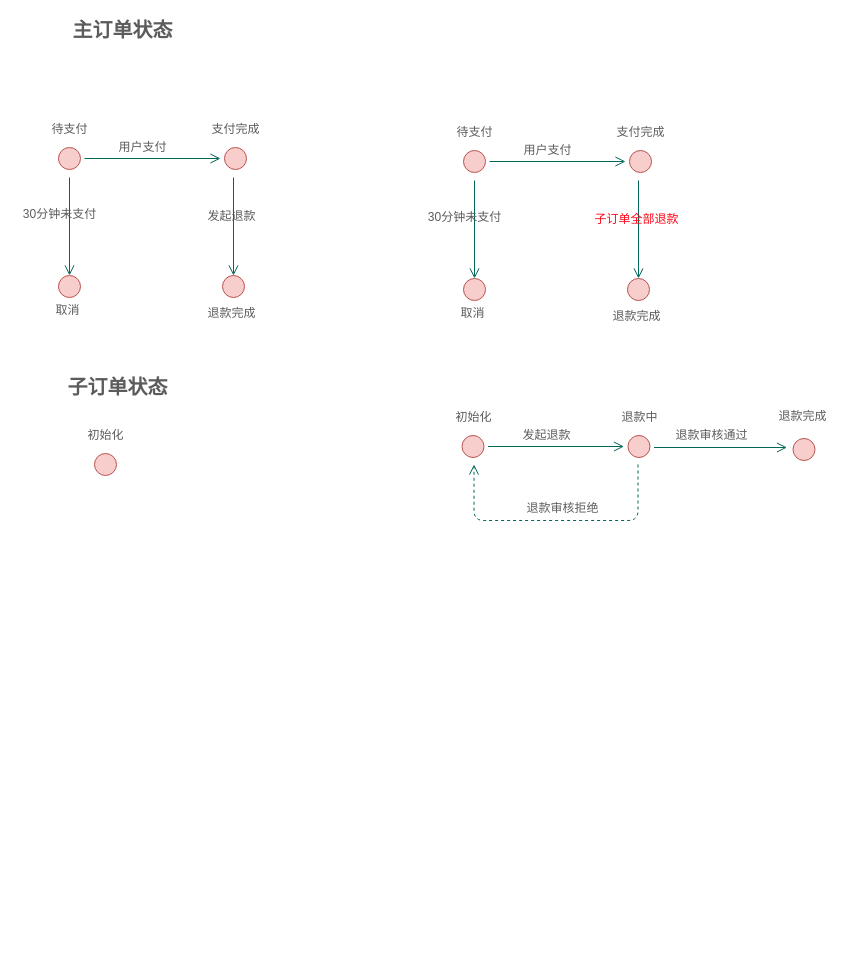
Above: order-refund.drawio in zhaoershuang/flow-chart (draw.io), before the change. Source tidied: cells renumbered, new cells numbered last; positions are measured from the earlier drawing's top-left corner, leaving out a move shared by most shapes. Both pictures are drawn from the tidied source at 100%, with x=0, y=0 at pixel (17, 18).
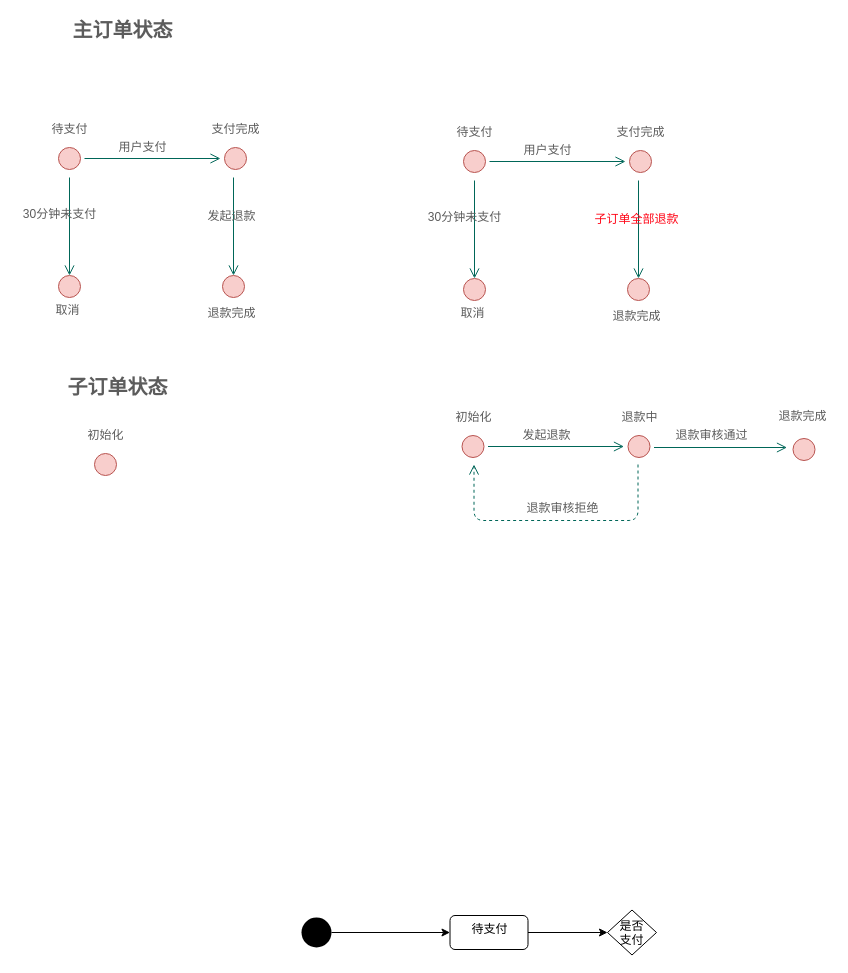
The same diagram, later.

What changed in the source:
```diff
@@
+    <mxCell id="46" style="edgeStyle=orthogonalEdgeStyle;rounded=0;jettySize=auto;html=1;" parent="1" edge="1" source="47" target="50">
+      <mxGeometry relative="1" as="geometry" />
+    </mxCell>
+    <mxCell id="47" value="待支付" style="html=1;align=center;verticalAlign=top;rounded=1;absoluteArcSize=1;arcSize=10;" parent="1" vertex="1">
+      <mxGeometry x="432.5" y="897" width="78" height="34" as="geometry" />
+    </mxCell>
+    <mxCell id="48" style="edgeStyle=orthogonalEdgeStyle;rounded=0;jettySize=auto;html=1;" parent="1" edge="1" source="49" target="47">
+      <mxGeometry relative="1" as="geometry" />
+    </mxCell>
+    <mxCell id="49" style="ellipse;fillColor=#000000;strokeColor=none;" parent="1" vertex="1">
+      <mxGeometry x="284" y="899" width="30" height="30" as="geometry" />
+    </mxCell>
+    <mxCell id="50" value="是否&#10;支付" style="rhombus;strokeColor=#000000;" parent="1" vertex="1">
+      <mxGeometry x="590" y="891.5" width="49" height="45" as="geometry" />
+    </mxCell>
```
